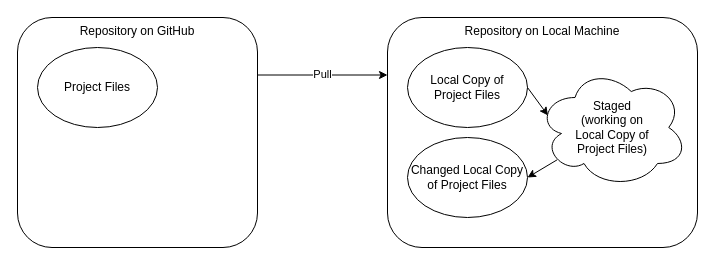
This is GitHub Workflow Diagram.drawio from RebeccaKelble/Analytical-Workflows---IB516, a draw.io file, before an edit. Source tidied: cells renumbered, new cells numbered last; positions are measured from the earlier drawing's top-left corner, leaving out a move shared by most shapes. Both pictures are drawn from the tidied source at 100%, with x=0, y=0 at pixel (17, 17).
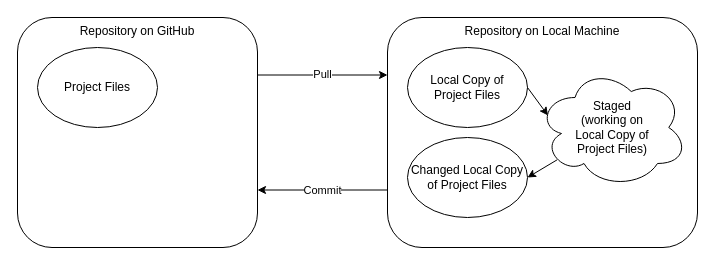
The same page after the edit.

Change to the diagram source:
```diff
@@
 <mxGraphModel>
   <root>
     <mxCell id="0" />
     <mxCell id="1" parent="0" />
     <mxCell id="2" value="Repository on Local Machine" style="rounded=1;whiteSpace=wrap;html=1;fontSize=12;glass=0;strokeWidth=1;shadow=0;verticalAlign=top;" parent="1" vertex="1">
       <mxGeometry x="370" width="310" height="230" as="geometry" />
     </mxCell>
     <mxCell id="3" value="Local Copy of &lt;br&gt;Project Files" style="ellipse;whiteSpace=wrap;html=1;" parent="1" vertex="1">
       <mxGeometry x="390" y="30" width="120" height="80" as="geometry" />
     </mxCell>
     <mxCell id="4" value="Repository on GitHub" style="rounded=1;whiteSpace=wrap;html=1;fontSize=12;glass=0;strokeWidth=1;shadow=0;verticalAlign=top;" parent="1" vertex="1">
       <mxGeometry width="240" height="230" as="geometry" />
     </mxCell>
     <mxCell id="5" value="Project Files" style="ellipse;whiteSpace=wrap;html=1;" parent="1" vertex="1">
       <mxGeometry x="20" y="30" width="120" height="80" as="geometry" />
     </mxCell>
     <mxCell id="6" value="Pull" style="endArrow=classic;html=1;rounded=0;exitX=1;exitY=0.25;exitDx=0;exitDy=0;entryX=0;entryY=0.25;entryDx=0;entryDy=0;" parent="1" edge="1" source="4" target="2">
       <mxGeometry relative="1" as="geometry" />
     </mxCell>
     <mxCell id="7" value="Changed Local Copy of Project Files" style="ellipse;whiteSpace=wrap;html=1;" parent="1" vertex="1">
       <mxGeometry x="390" y="120" width="120" height="80" as="geometry" />
     </mxCell>
     <mxCell id="8" style="endArrow=classic;html=1;rounded=0;entryX=0.07;entryY=0.4;entryDx=0;entryDy=0;exitX=1;exitY=0.5;exitDx=0;exitDy=0;entryPerimeter=0;" parent="1" edge="1" source="3" target="9">
       <mxGeometry x="-0.14" y="18" relative="1" as="geometry" />
     </mxCell>
     <mxCell id="9" value="Staged&lt;br&gt;(working on &lt;br&gt;Local Copy of &lt;br&gt;Project Files)" style="ellipse;shape=cloud;whiteSpace=wrap;html=1;" parent="1" vertex="1">
       <mxGeometry x="520" y="50" width="150" height="120" as="geometry" />
     </mxCell>
     <mxCell id="10" style="endArrow=classic;html=1;rounded=0;exitX=0.13;exitY=0.77;exitDx=0;exitDy=0;exitPerimeter=0;entryX=1;entryY=0.5;entryDx=0;entryDy=0;" parent="1" edge="1" source="9" target="7">
       <mxGeometry x="-0.14" y="18" relative="1" as="geometry" />
     </mxCell>
+    <mxCell id="11" value="Commit" style="endArrow=classic;html=1;rounded=0;entryX=1;entryY=0.75;entryDx=0;entryDy=0;exitX=0;exitY=0.75;exitDx=0;exitDy=0;" parent="1" edge="1" source="2" target="4">
+      <mxGeometry relative="1" as="geometry" />
+    </mxCell>
   </root>
 </mxGraphModel>
```
